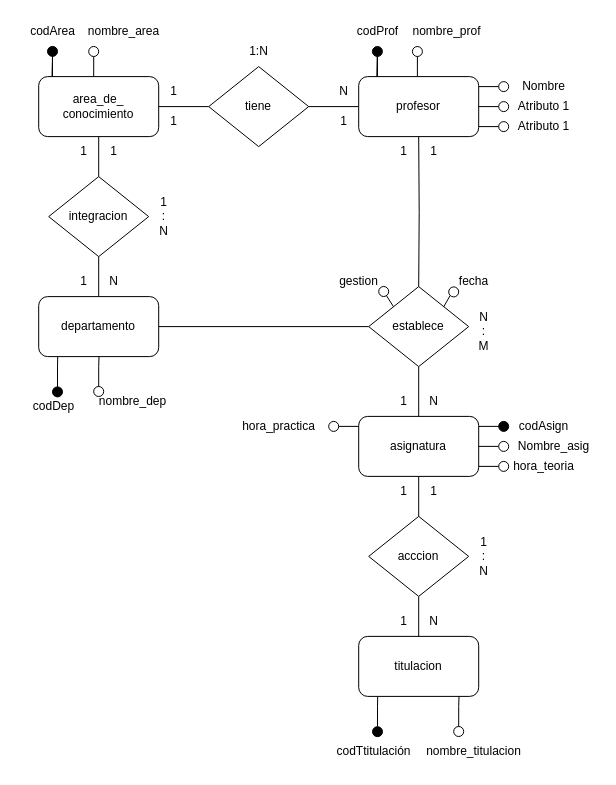
This is auxiliatura/primerParcial/E4_Universidad.drawio from Abigail08082001/diagramasBasedeDatos, a draw.io file, before an edit. Source tidied: cells renumbered, new cells numbered last; positions are measured from the earlier drawing's top-left corner, leaving out a move shared by most shapes. Both pictures are drawn from the tidied source at 100%, with x=0, y=0 at pixel (17, 16).
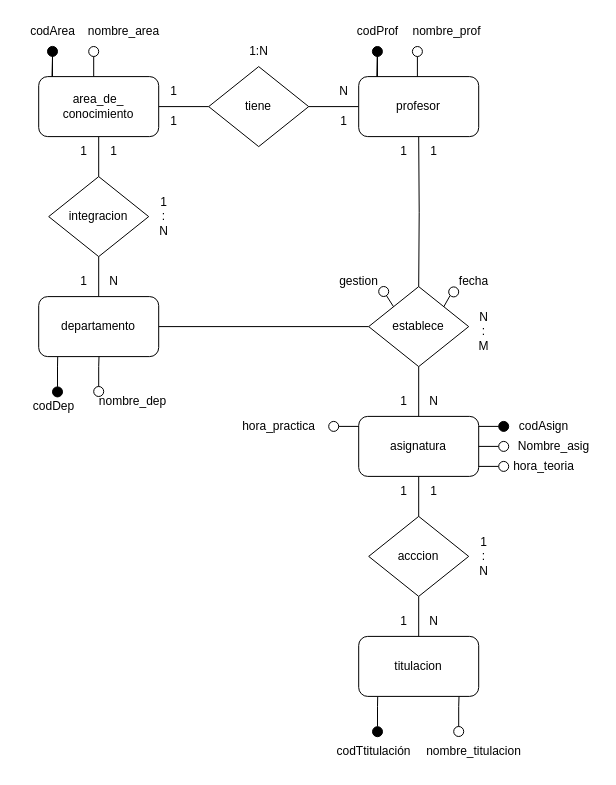
The same page after the edit.

What changed in the source:
```diff
@@
-    <mxCell id="21" style="edgeStyle=orthogonalEdgeStyle;rounded=0;jettySize=auto;html=1;exitX=0;exitY=0.5;exitDx=0;exitDy=0;entryX=1;entryY=0.085;entryDx=0;entryDy=0;entryPerimeter=0;endArrow=none;endFill=0;" parent="1" edge="1" source="22">
-      <mxGeometry relative="1" as="geometry">
-        <mxPoint x="461.2" y="70.1" as="targetPoint" />
-      </mxGeometry>
-    </mxCell>
-    <mxCell id="22" style="ellipse;whiteSpace=wrap;html=1;" parent="1" vertex="1">
-      <mxGeometry x="481.2" y="65.1" width="10" height="10" as="geometry" />
-    </mxCell>
-    <mxCell id="23" value="Nombre" style="text;html=1;align=center;verticalAlign=middle;strokeColor=none;fillColor=none;" parent="1" vertex="1">
-      <mxGeometry x="491.2" y="55.1" width="70" height="30" as="geometry" />
-    </mxCell>
-    <mxCell id="24" style="edgeStyle=orthogonalEdgeStyle;rounded=0;jettySize=auto;html=1;entryX=1.003;entryY=0.421;entryDx=0;entryDy=0;entryPerimeter=0;endArrow=none;endFill=0;" parent="1" edge="1" source="25">
-      <mxGeometry relative="1" as="geometry">
-        <mxPoint x="461.2" y="90.1" as="targetPoint" />
-      </mxGeometry>
-    </mxCell>
-    <mxCell id="25" style="ellipse;whiteSpace=wrap;html=1;" parent="1" vertex="1">
-      <mxGeometry x="481.2" y="85.1" width="10" height="10" as="geometry" />
-    </mxCell>
-    <mxCell id="26" style="edgeStyle=orthogonalEdgeStyle;rounded=0;jettySize=auto;html=1;entryX=1;entryY=0.75;entryDx=0;entryDy=0;endArrow=none;endFill=0;" parent="1" edge="1" source="27">
-      <mxGeometry relative="1" as="geometry">
-        <mxPoint x="461.2" y="110.1" as="targetPoint" />
-      </mxGeometry>
-    </mxCell>
-    <mxCell id="27" style="ellipse;whiteSpace=wrap;html=1;" parent="1" vertex="1">
-      <mxGeometry x="481.2" y="105.1" width="10" height="10" as="geometry" />
-    </mxCell>
-    <mxCell id="28" value="Atributo 1" style="text;html=1;align=center;verticalAlign=middle;strokeColor=none;fillColor=none;" parent="1" vertex="1">
-      <mxGeometry x="491.2" y="75.1" width="70" height="30" as="geometry" />
-    </mxCell>
-    <mxCell id="29" value="Atributo 1" style="text;html=1;align=center;verticalAlign=middle;strokeColor=none;fillColor=none;" parent="1" vertex="1">
-      <mxGeometry x="491.2" y="95.1" width="70" height="30" as="geometry" />
-    </mxCell>
```
